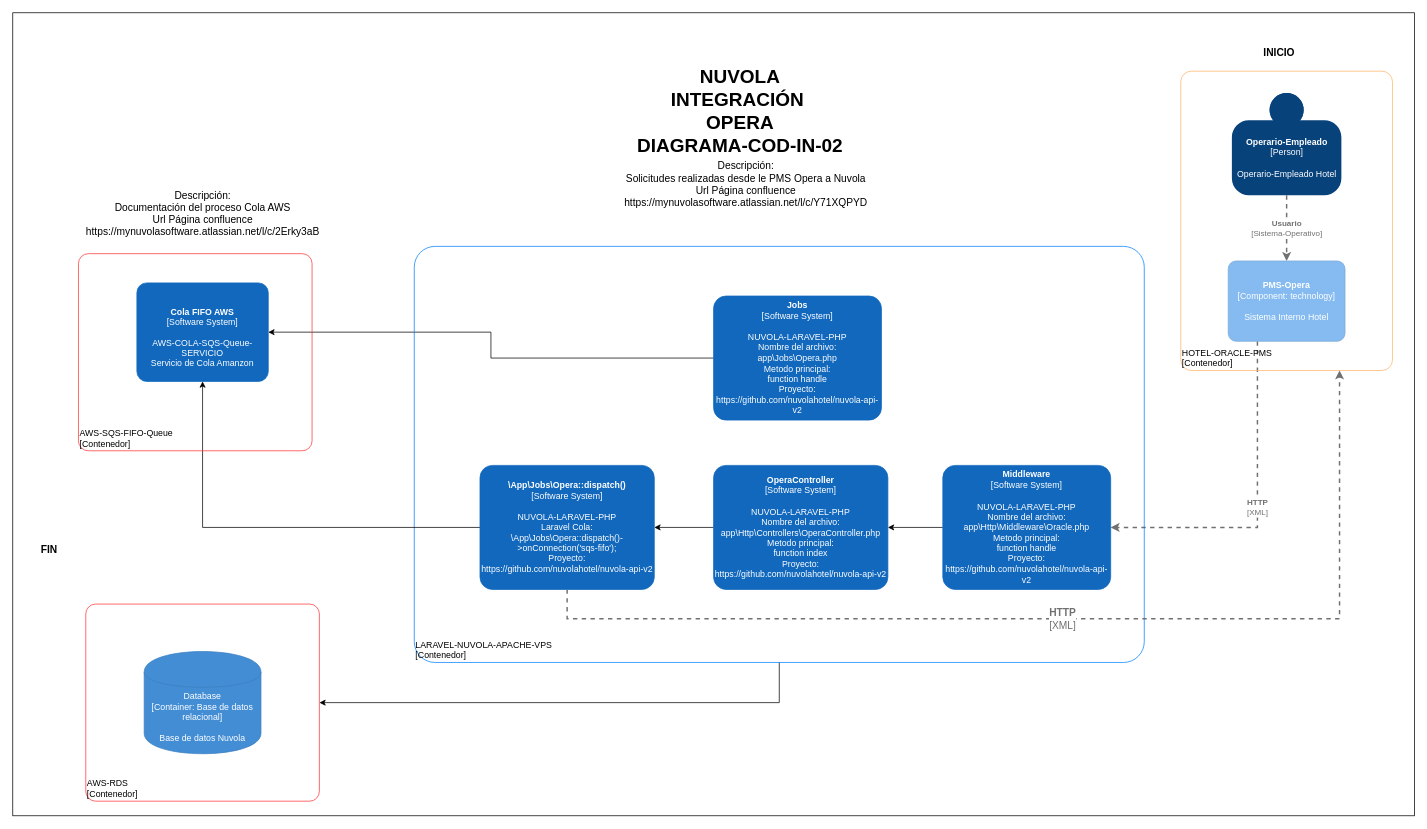
agomeznuvola/diagramas keeps this draw.io diagram as page "NUVOLA-INTEGRACION-OPERA-METODOS" (2 of 4) of Nuvola-Diagram.drawio. Above is the earlier version. Source tidied: cells renumbered, new cells numbered last; positions are measured from the earlier drawing's top-left corner, leaving out a move shared by most shapes. Both pictures are drawn from the tidied source at 73%, with x=0, y=0 at pixel (12, 12).
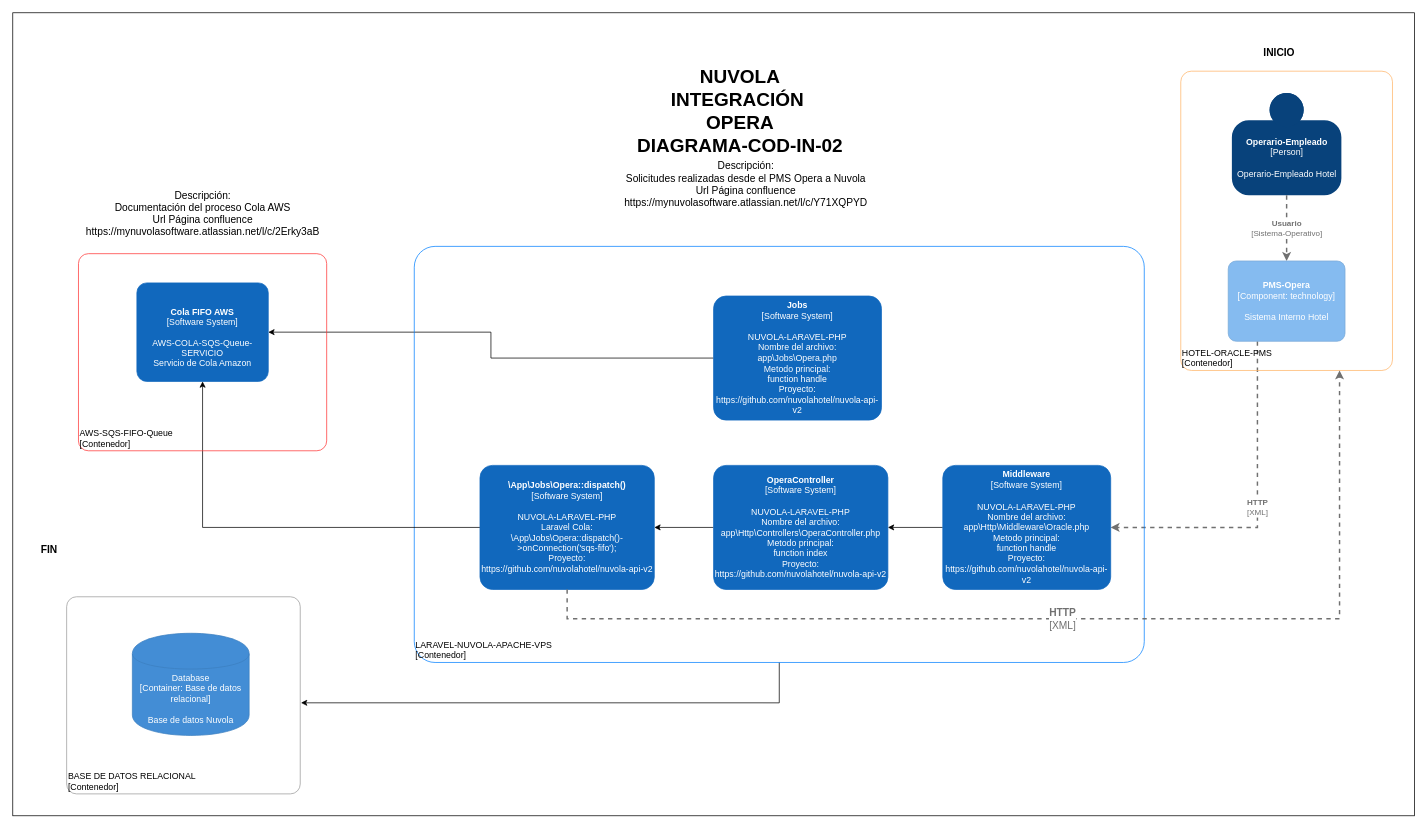
The same page after the edit.

Unchanged cells that the change refers to:
```xml
<object id="23" label="&lt;div style=&quot;text-align: left&quot;&gt;%c4Name%&lt;/div&gt;&lt;div style=&quot;text-align: left&quot;&gt;[%c4OperationSystem%]&lt;/div&gt;&lt;div style=&quot;text-align: right&quot;&gt;%c4ScalingFactor%&lt;/div&gt;" c4Name="LARAVEL-NUVOLA-APACHE-VPS" c4OperationSystem="Contenedor" c4ScalingFactor="" placeholders="1">
  <mxCell style="rounded=1;whiteSpace=wrap;html=1;labelBackgroundColor=none;fontColor=#000000;align=left;arcSize=5;verticalAlign=bottom;metaData={&quot;c4Type&quot;:{&quot;editable&quot;:false}};points=[[0.25,0,0],[0.5,0,0],[0.75,0,0],[1,0.25,0],[1,0.5,0],[1,0.75,0],[0.75,1,0],[0.5,1,0],[0.25,1,0],[0,0.75,0],[0,0.5,0],[0,0.25,0]];fillColor=none;strokeColor=#007FFF;" parent="1" vertex="1">
    <mxGeometry x="550" y="320" width="1000" height="570" as="geometry" />
  </mxCell>
</object>
```

The edit, as a diff of the source:
```diff
@@
-    <object id="10" label="&lt;div style=&quot;text-align: left&quot;&gt;%c4Name%&lt;/div&gt;&lt;div style=&quot;text-align: left&quot;&gt;[%c4OperationSystem%]&lt;/div&gt;&lt;div style=&quot;text-align: right&quot;&gt;%c4ScalingFactor%&lt;/div&gt;" c4Name="AWS-RDS" c4OperationSystem="Contenedor" c4ScalingFactor="" placeholders="1">
-      <mxCell style="rounded=1;whiteSpace=wrap;html=1;labelBackgroundColor=none;fontColor=#000000;align=left;arcSize=5;verticalAlign=bottom;metaData={&quot;c4Type&quot;:{&quot;editable&quot;:false}};points=[[0.25,0,0],[0.5,0,0],[0.75,0,0],[1,0.25,0],[1,0.5,0],[1,0.75,0],[0.75,1,0],[0.5,1,0],[0.25,1,0],[0,0.75,0],[0,0.5,0],[0,0.25,0]];fillColor=none;strokeColor=#FF3333;" parent="1" vertex="1">
-        <mxGeometry x="100" y="810" width="320" height="270" as="geometry" />
-      </mxCell>
-    </object>
@@
-    <mxCell id="13" value="&lt;span style=&quot;font-weight: normal&quot;&gt;Descripción:&lt;/span&gt;&lt;br&gt;&lt;span style=&quot;font-weight: normal&quot;&gt;Solicitudes realizadas desde le PMS Opera a Nuvola&lt;/span&gt;&lt;br&gt;&lt;span style=&quot;font-weight: normal&quot;&gt;Url Página&amp;nbsp;&lt;/span&gt;&lt;span style=&quot;font-weight: 400&quot;&gt;confluence&lt;/span&gt;&lt;br&gt;&lt;span style=&quot;font-weight: 400&quot;&gt;https://mynuvolasoftware.atlassian.net/l/c/Y71XQPYD&lt;/span&gt;" style="text;html=1;strokeColor=none;fillColor=none;align=center;verticalAlign=middle;whiteSpace=wrap;rounded=0;fontSize=14;fontStyle=1;" parent="1" vertex="1">
+    <mxCell id="13" value="&lt;span style=&quot;font-weight: normal&quot;&gt;Descripción:&lt;/span&gt;&lt;br&gt;&lt;span style=&quot;font-weight: normal&quot;&gt;Solicitudes realizadas desde el PMS Opera a Nuvola&lt;/span&gt;&lt;br&gt;&lt;span style=&quot;font-weight: normal&quot;&gt;Url Página&amp;nbsp;&lt;/span&gt;&lt;span style=&quot;font-weight: 400&quot;&gt;confluence&lt;/span&gt;&lt;br&gt;&lt;span style=&quot;font-weight: 400&quot;&gt;https://mynuvolasoftware.atlassian.net/l/c/Y71XQPYD&lt;/span&gt;" style="text;html=1;strokeColor=none;fillColor=none;align=center;verticalAlign=middle;whiteSpace=wrap;rounded=0;fontSize=14;fontStyle=1;" parent="1" vertex="1">
       <mxGeometry x="817.5" y="200" width="372.5" height="70" as="geometry" />
     </mxCell>
@@
-    <object id="18" label="%c4Type%&lt;div&gt;[Container:&amp;nbsp;%c4Technology%]&lt;/div&gt;&lt;br&gt;&lt;div&gt;%c4Description%&lt;/div&gt;" c4Description="Base de datos Nuvola" c4Technology="Base de datos relacional" c4Type="Database" placeholders="1">
-      <mxCell style="shape=cylinder;whiteSpace=wrap;html=1;boundedLbl=1;rounded=0;labelBackgroundColor=none;fillColor=#438DD5;fontSize=12;fontColor=#ffffff;align=center;strokeColor=#3C7FC0;metaData={&quot;c4Type&quot;:{&quot;editable&quot;:false}};" parent="1" vertex="1">
-        <mxGeometry x="180" y="875" width="160" height="140" as="geometry" />
-      </mxCell>
-    </object>
@@
-    <mxCell id="20" style="edgeStyle=orthogonalEdgeStyle;rounded=0;jettySize=auto;html=1;fontSize=14;entryX=1;entryY=0.5;entryDx=0;entryDy=0;entryPerimeter=0;exitX=0.5;exitY=1;exitDx=0;exitDy=0;exitPerimeter=0;" parent="1" edge="1" source="23" target="10">
+    <mxCell id="20" style="edgeStyle=orthogonalEdgeStyle;rounded=0;jettySize=auto;html=1;fontSize=14;entryX=1.003;entryY=0.538;entryDx=0;entryDy=0;entryPerimeter=0;exitX=0.5;exitY=1;exitDx=0;exitDy=0;exitPerimeter=0;" parent="1" edge="1" source="23" target="28">
       <mxGeometry relative="1" as="geometry" />
     </mxCell>
-    <object id="21" label="&lt;b&gt;%c4Name%&lt;/b&gt;&lt;div&gt;[%c4Type%]&lt;/div&gt;&lt;br&gt;&lt;div&gt;%c4Description%&lt;/div&gt;" c4Description="AWS-COLA-SQS-Queue-SERVICIO&#10;Servicio de Cola Amanzon&#10;" c4Name="&#10;Cola FIFO AWS" c4Type="Software System" placeholders="1">
+    <object id="21" label="&lt;b&gt;%c4Name%&lt;/b&gt;&lt;div&gt;[%c4Type%]&lt;/div&gt;&lt;br&gt;&lt;div&gt;%c4Description%&lt;/div&gt;" c4Description="AWS-COLA-SQS-Queue-SERVICIO&#10;Servicio de Cola Amazon&#10;" c4Name="&#10;Cola FIFO AWS" c4Type="Software System" placeholders="1">
       <mxCell style="rounded=1;whiteSpace=wrap;html=1;labelBackgroundColor=none;fillColor=#1168BD;fontColor=#ffffff;align=center;arcSize=10;strokeColor=#1168BD;metaData={&quot;c4Type&quot;:{&quot;editable&quot;:false}};points=[[0.25,0,0],[0.5,0,0],[0.75,0,0],[1,0.25,0],[1,0.5,0],[1,0.75,0],[0.75,1,0],[0.5,1,0],[0.25,1,0],[0,0.75,0],[0,0.5,0],[0,0.25,0]];" parent="1" vertex="1">
         <mxGeometry x="170" y="370" width="180" height="135" as="geometry" />
       </mxCell>
     </object>
@@
     <object id="27" label="&lt;div style=&quot;text-align: left&quot;&gt;%c4Name%&lt;/div&gt;&lt;div style=&quot;text-align: left&quot;&gt;[%c4OperationSystem%]&lt;/div&gt;&lt;div style=&quot;text-align: right&quot;&gt;%c4ScalingFactor%&lt;/div&gt;" c4Name="AWS-SQS-FIFO-Queue" c4OperationSystem="Contenedor" c4ScalingFactor="" placeholders="1">
       <mxCell style="rounded=1;whiteSpace=wrap;html=1;labelBackgroundColor=none;fontColor=#000000;align=left;arcSize=5;verticalAlign=bottom;metaData={&quot;c4Type&quot;:{&quot;editable&quot;:false}};fillColor=none;strokeColor=#FF3333;" parent="1" vertex="1">
-        <mxGeometry x="90" y="330" width="320" height="270" as="geometry" />
+        <mxGeometry x="90" y="330" width="340" height="270" as="geometry" />
       </mxCell>
     </object>
+    <object id="28" label="&lt;div style=&quot;text-align: left&quot;&gt;%c4Name%&lt;/div&gt;&lt;div style=&quot;text-align: left&quot;&gt;[%c4OperationSystem%]&lt;/div&gt;&lt;div style=&quot;text-align: right&quot;&gt;%c4ScalingFactor%&lt;/div&gt;" c4Name="BASE DE DATOS RELACIONAL" c4OperationSystem="Contenedor" c4ScalingFactor="" placeholders="1">
+      <mxCell style="rounded=1;whiteSpace=wrap;html=1;labelBackgroundColor=none;fontColor=#000000;align=left;arcSize=5;verticalAlign=bottom;metaData={&quot;c4Type&quot;:{&quot;editable&quot;:false}};points=[[0.25,0,0],[0.5,0,0],[0.75,0,0],[1,0.25,0],[1,0.5,0],[1,0.75,0],[0.75,1,0],[0.5,1,0],[0.25,1,0],[0,0.75,0],[0,0.5,0],[0,0.25,0]];fillColor=none;strokeColor=#999999;" parent="1" vertex="1">
+        <mxGeometry x="73.8" y="800" width="320" height="270" as="geometry" />
+      </mxCell>
+    </object>
+    <object id="18" label="%c4Type%&lt;div&gt;[Container:&amp;nbsp;%c4Technology%]&lt;/div&gt;&lt;br&gt;&lt;div&gt;%c4Description%&lt;/div&gt;" c4Description="Base de datos Nuvola" c4Technology="Base de datos relacional" c4Type="Database" placeholders="1">
+      <mxCell style="shape=cylinder;whiteSpace=wrap;html=1;boundedLbl=1;rounded=0;labelBackgroundColor=none;fillColor=#438DD5;fontSize=12;fontColor=#ffffff;align=center;strokeColor=#3C7FC0;metaData={&quot;c4Type&quot;:{&quot;editable&quot;:false}};" parent="1" vertex="1">
+        <mxGeometry x="163.8" y="850" width="160" height="140" as="geometry" />
+      </mxCell>
+    </object>
```
